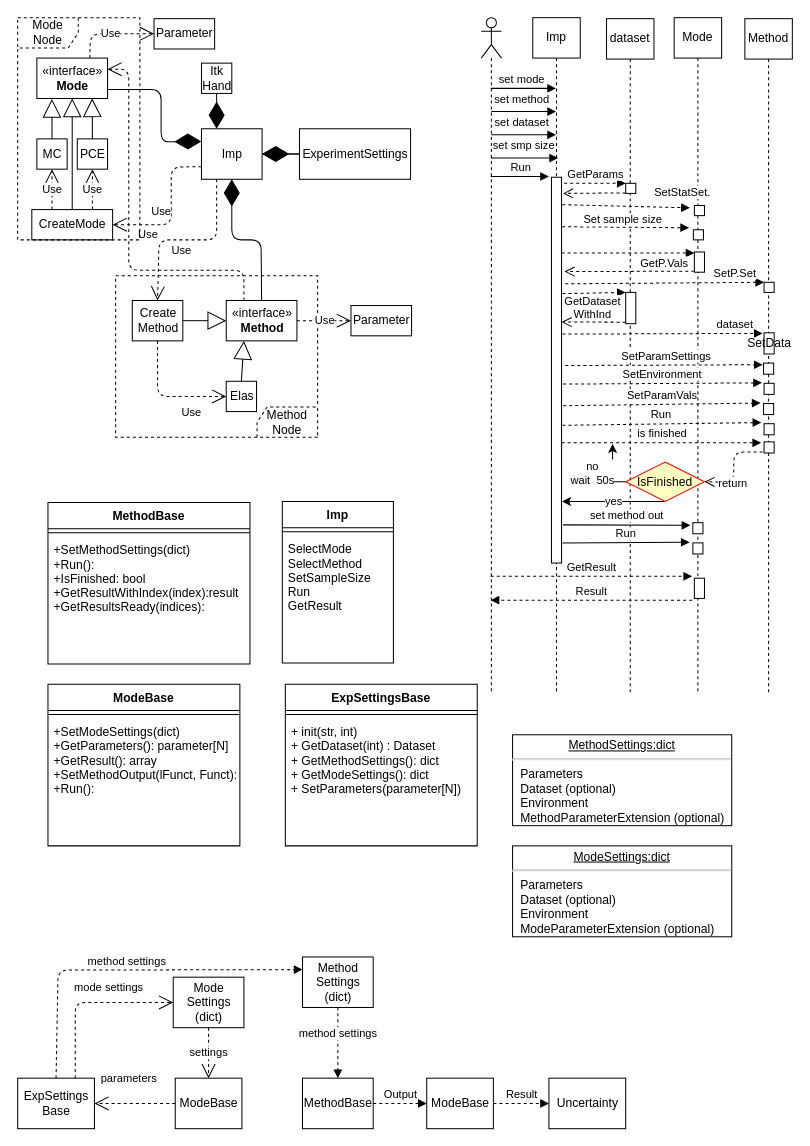
Above: page "Uncertainix" (1 of 4) of Documents/Uncertainix.drawio in gokhangg/Uncertainix (draw.io), before the change. Source tidied: cells renumbered, new cells numbered last; positions are measured from the earlier drawing's top-left corner, leaving out a move shared by most shapes. Both pictures are drawn from the tidied source at 101%, with x=0, y=0 at pixel (17, 17).
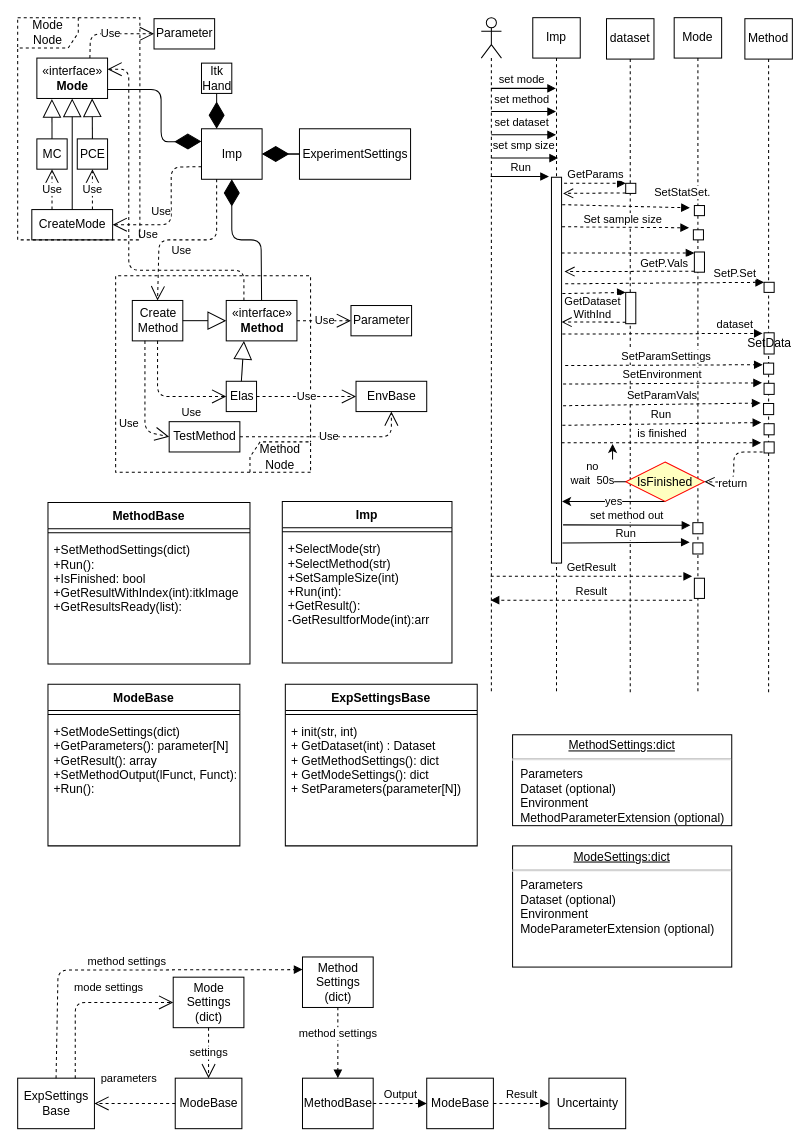
After the change.

The change refers to these unchanged cells:
```xml
<mxCell id="14" value="Create&lt;br&gt;Method" style="html=1;" parent="1" vertex="1">
  <mxGeometry x="113.5" y="280" width="50" height="40" as="geometry" />
</mxCell>
<mxCell id="15" value="Elas" style="html=1;" parent="1" vertex="1">
  <mxGeometry x="206.5" y="360" width="30" height="30" as="geometry" />
</mxCell>
<mxCell id="94" value="MethodBase" style="swimlane;fontStyle=1;align=center;verticalAlign=top;horizontal=1;startSize=26;" parent="1" vertex="1">
  <mxGeometry x="30" y="480" width="200" height="160" as="geometry" />
</mxCell>
```

The edit, as a diff of the source:
```diff
@@
     <mxCell id="2" value="Method&lt;br&gt;Node" style="shape=umlFrame;whiteSpace=wrap;html=1;dashed=1;direction=west;" parent="1" vertex="1">
-      <mxGeometry x="97" y="255.5" width="200" height="160" as="geometry" />
+      <mxGeometry x="97" y="255.5" width="193" height="194.5" as="geometry" />
     </mxCell>
@@
-    <mxCell id="96" value="+SetMethodSettings(dict)&#10;+Run():&#10;+IsFinished: bool&#10;+GetResultWithIndex(index):result&#10;+GetResultsReady(indices):" style="text;strokeColor=none;fillColor=none;align=left;verticalAlign=top;spacingLeft=4;spacingRight=4;overflow=hidden;" parent="94" vertex="1">
+    <mxCell id="96" value="+SetMethodSettings(dict)&#10;+Run():&#10;+IsFinished: bool&#10;+GetResultWithIndex(int):itkImage&#10;+GetResultsReady(list):" style="text;strokeColor=none;fillColor=none;align=left;verticalAlign=top;spacingLeft=4;spacingRight=4;overflow=hidden;" parent="94" vertex="1">
       <mxGeometry y="34" width="200" height="126" as="geometry" />
     </mxCell>
     <mxCell id="97" value="Imp" style="swimlane;fontStyle=1;align=center;verticalAlign=top;horizontal=1;startSize=26;" parent="1" vertex="1">
-      <mxGeometry x="262" y="479" width="110" height="160" as="geometry" />
+      <mxGeometry x="262" y="479" width="168" height="160" as="geometry" />
     </mxCell>
     <mxCell id="98" style="line;strokeWidth=1;fillColor=none;align=left;verticalAlign=middle;spacingTop=-1;spacingLeft=3;spacingRight=3;labelPosition=right;" parent="97" vertex="1">
-      <mxGeometry y="26" width="110" height="8" as="geometry" />
+      <mxGeometry y="26" width="168" height="8" as="geometry" />
     </mxCell>
-    <mxCell id="99" value="SelectMode&#10;SelectMethod&#10;SetSampleSize&#10;Run&#10;GetResult" style="text;strokeColor=none;fillColor=none;align=left;verticalAlign=top;spacingLeft=4;spacingRight=4;overflow=hidden;" parent="97" vertex="1">
-      <mxGeometry y="34" width="110" height="126" as="geometry" />
+    <mxCell id="99" value="+SelectMode(str)&#10;+SelectMethod(str)&#10;+SetSampleSize(int)&#10;+Run(int):&#10;+GetResult():&#10;-GetResultforMode(int):arr" style="text;strokeColor=none;fillColor=none;align=left;verticalAlign=top;spacingLeft=4;spacingRight=4;overflow=hidden;" parent="97" vertex="1">
+      <mxGeometry y="34" width="168" height="126" as="geometry" />
     </mxCell>
@@
     <mxCell id="103" value="&lt;p style=&quot;margin: 0px ; margin-top: 4px ; text-align: center ; text-decoration: underline&quot;&gt;ModeSettings:dict&lt;br&gt;&lt;/p&gt;&lt;hr&gt;&lt;p style=&quot;margin: 0px ; margin-left: 8px&quot;&gt;Parameters&lt;br&gt;Dataset (optional)&lt;/p&gt;&lt;p style=&quot;margin: 0px ; margin-left: 8px&quot;&gt;Environment&lt;br&gt;ModeParameterExtension (optional)&lt;/p&gt;" style="verticalAlign=top;align=left;overflow=fill;fontSize=12;fontFamily=Helvetica;html=1;" parent="1" vertex="1">
-      <mxGeometry x="490" y="820" width="217" height="90" as="geometry" />
+      <mxGeometry x="490" y="820" width="217" height="120" as="geometry" />
     </mxCell>
@@
+    <mxCell id="111" value="EnvBase" style="html=1;" parent="1" vertex="1">
+      <mxGeometry x="335" y="360" width="70" height="30" as="geometry" />
+    </mxCell>
+    <mxCell id="112" value="Use" style="endArrow=open;endSize=12;dashed=1;html=1;exitX=1;exitY=0.5;exitDx=0;exitDy=0;entryX=0;entryY=0.5;entryDx=0;entryDy=0;" parent="1" edge="1" source="15" target="111">
+      <mxGeometry relative="1" as="geometry" />
+    </mxCell>
+    <mxCell id="113" value="TestMethod" style="html=1;" parent="1" vertex="1">
+      <mxGeometry x="150" y="400" width="70" height="30" as="geometry" />
+    </mxCell>
+    <mxCell id="114" value="Use" style="endArrow=open;endSize=12;dashed=1;html=1;exitX=1;exitY=0.5;exitDx=0;exitDy=0;entryX=0.5;entryY=1;entryDx=0;entryDy=0;" parent="1" edge="1" source="113" target="111">
+      <mxGeometry relative="1" as="geometry">
+        <Array as="points">
+          <mxPoint x="370" y="415" />
+        </Array>
+      </mxGeometry>
+    </mxCell>
+    <mxCell id="115" value="Use" style="endArrow=open;endSize=12;dashed=1;html=1;exitX=0.25;exitY=1;exitDx=0;exitDy=0;entryX=0;entryY=0.5;entryDx=0;entryDy=0;" parent="1" edge="1" source="14" target="113">
+      <mxGeometry x="0.43" y="-16" relative="1" as="geometry">
+        <Array as="points">
+          <mxPoint x="126" y="410" />
+        </Array>
+      </mxGeometry>
+    </mxCell>
```
